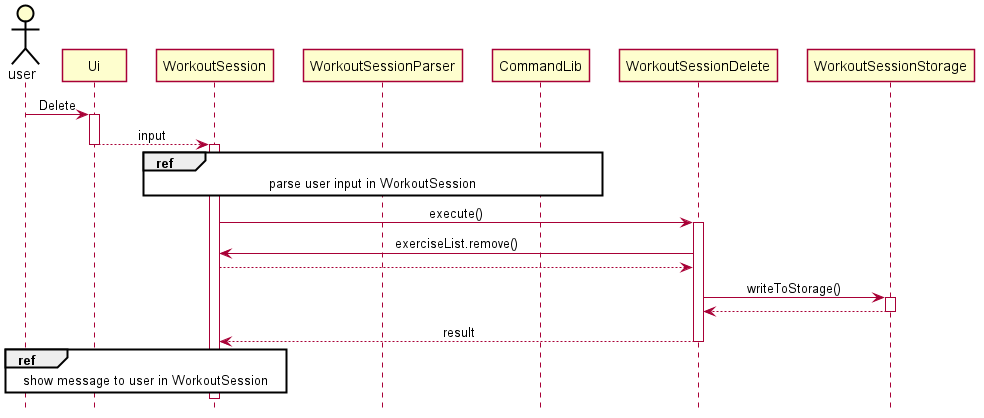
The PlantUML diagram docs/pictures/jinyang/WorkoutSessionDelete.png in zsk612/tp, before a commit.
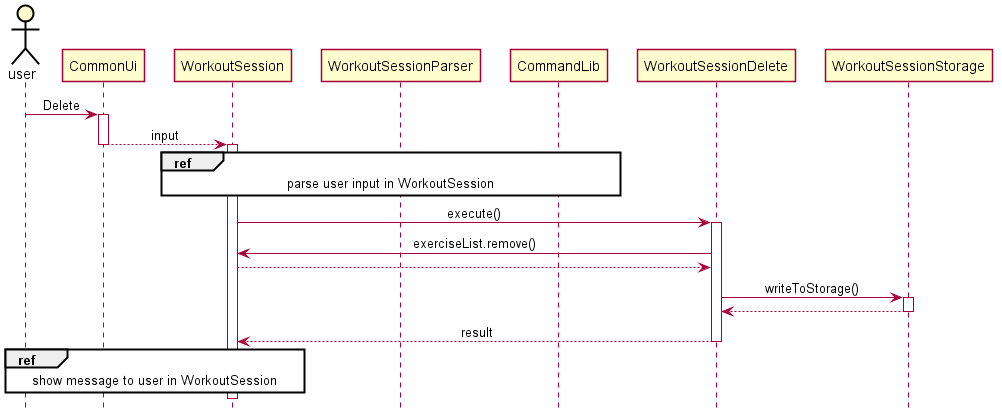
Later version of the same file.

Diff of the diagram source:
```diff
@@ -5,9 +5,9 @@
 
 
 skinparam Class {
-    FontColor #FFFFFF
+    FontColor #000000
     BorderThickness 1
-    BorderColor #FFFFFF
+    BorderColor #000000
     StereotypeFontColor #FFFFFF
     FontName Arial
 }
@@ -42,8 +42,8 @@
 hide circle
 
 actor user
-user -> Ui++ : Delete
-Ui --> WorkoutSession -- : input
+user -> CommonUi++ : Delete
+CommonUi --> WorkoutSession -- : input
 
 activate WorkoutSession
 
@@ -64,5 +64,5 @@
 WorkoutSessionDelete --> WorkoutSession : result
 deactivate WorkoutSessionDelete
 
-ref over WorkoutSession, Ui, user: show message to user in WorkoutSession
+ref over WorkoutSession, CommonUi, user: show message to user in WorkoutSession
 @enduml
```
